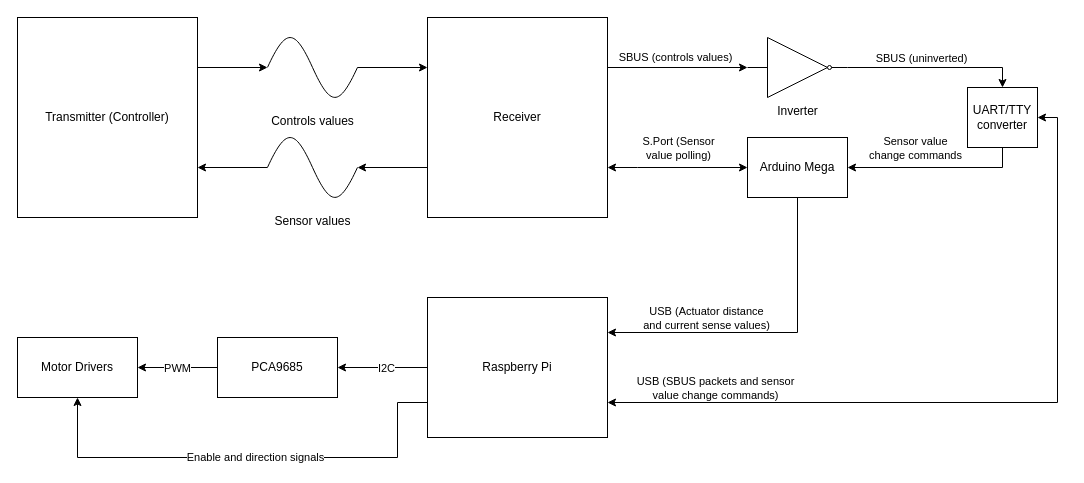
Above: Radio_subsystem_diagram.drawio in vrr8483/P21321 (draw.io), before the change. Source tidied: cells renumbered, new cells numbered last; positions are measured from the earlier drawing's top-left corner, leaving out a move shared by most shapes. Both pictures are drawn from the tidied source at 100%, with x=0, y=0 at pixel (17, 17).
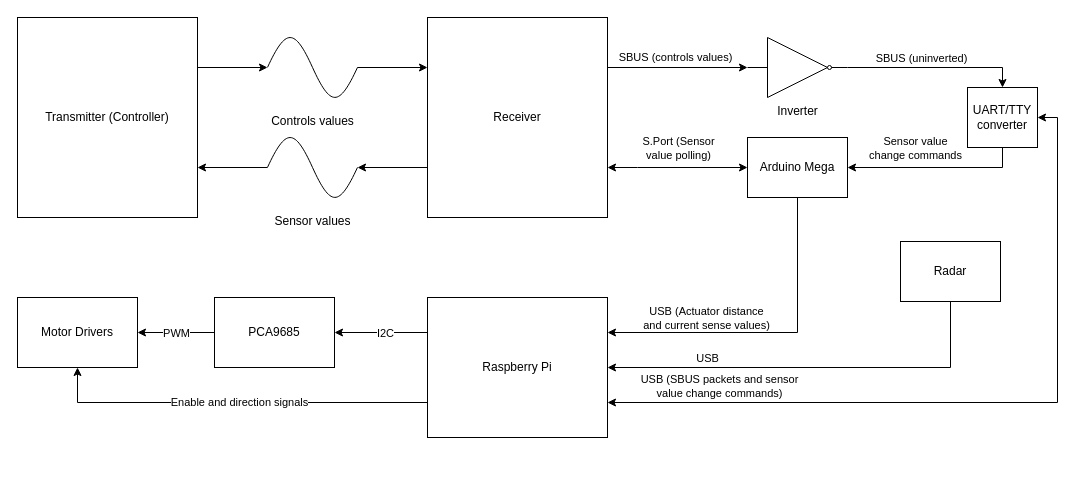
The same page after the edit.

Unchanged cells that the change refers to:
```xml
<mxCell id="11" style="edgeStyle=orthogonalEdgeStyle;rounded=0;jettySize=auto;html=1;startArrow=classic;startFill=1;endArrow=classic;endFill=1;exitX=1;exitY=0.5;exitDx=0;exitDy=0;entryX=1;entryY=0.75;entryDx=0;entryDy=0;" parent="1" edge="1" source="13" target="26">
  <mxGeometry relative="1" as="geometry" />
</mxCell>
<mxCell id="26" value="Raspberry Pi" style="rounded=0;whiteSpace=wrap;html=1;labelPosition=center;verticalLabelPosition=middle;align=center;verticalAlign=middle;" parent="1" vertex="1">
  <mxGeometry x="410" y="280" width="180" height="140" as="geometry" />
</mxCell>
```

Diff of the diagram source:
```diff
@@
     <mxCell id="12" value="&lt;div&gt;USB (SBUS packets and sensor&lt;/div&gt;&lt;div&gt;value change commands)&lt;/div&gt;" style="edgeLabel;html=1;align=center;verticalAlign=middle;" parent="11" vertex="1">
       <mxGeometry x="0.2" y="-1" relative="1" as="geometry">
-        <mxPoint x="-194.1" y="-14" as="offset" />
+        <mxPoint x="-191" y="-16" as="offset" />
       </mxGeometry>
     </mxCell>
@@
-    <mxCell id="22" style="edgeStyle=orthogonalEdgeStyle;rounded=0;jettySize=auto;html=1;startArrow=none;startFill=0;endArrow=classic;endFill=1;" parent="1" edge="1" source="26" target="33">
+    <mxCell id="22" style="edgeStyle=orthogonalEdgeStyle;rounded=0;jettySize=auto;html=1;startArrow=none;startFill=0;endArrow=classic;endFill=1;exitX=0;exitY=0.25;exitDx=0;exitDy=0;" parent="1" edge="1" source="26" target="33">
       <mxGeometry relative="1" as="geometry" />
     </mxCell>
@@
     <mxCell id="24" style="edgeStyle=orthogonalEdgeStyle;rounded=0;jettySize=auto;html=1;exitX=0;exitY=0.75;exitDx=0;exitDy=0;entryX=0.5;entryY=1;entryDx=0;entryDy=0;startArrow=none;startFill=0;endArrow=classic;endFill=1;" parent="1" edge="1" source="26" target="34">
       <mxGeometry relative="1" as="geometry">
         <Array as="points">
-          <mxPoint x="380" y="385" />
-          <mxPoint x="380" y="440" />
-          <mxPoint x="60" y="440" />
+          <mxPoint x="60" y="385" />
         </Array>
       </mxGeometry>
     </mxCell>
@@
     <mxCell id="33" value="PCA9685" style="whiteSpace=wrap;html=1;rounded=0;" parent="1" vertex="1">
-      <mxGeometry x="200" y="320" width="120" height="60" as="geometry" />
+      <mxGeometry x="197" y="280" width="120" height="70" as="geometry" />
     </mxCell>
     <mxCell id="34" value="Motor Drivers" style="whiteSpace=wrap;html=1;rounded=0;" parent="1" vertex="1">
-      <mxGeometry y="320" width="120" height="60" as="geometry" />
+      <mxGeometry y="280" width="120" height="70" as="geometry" />
     </mxCell>
+    <mxCell id="35" style="edgeStyle=orthogonalEdgeStyle;rounded=0;jettySize=auto;html=1;entryX=1;entryY=0.5;entryDx=0;entryDy=0;exitX=0.5;exitY=1;exitDx=0;exitDy=0;" parent="1" edge="1" source="37" target="26">
+      <mxGeometry relative="1" as="geometry" />
+    </mxCell>
+    <mxCell id="36" value="USB" style="edgeLabel;html=1;align=center;verticalAlign=middle;" parent="35" vertex="1">
+      <mxGeometry x="0.22" relative="1" as="geometry">
+        <mxPoint x="-61" y="-10" as="offset" />
+      </mxGeometry>
+    </mxCell>
+    <mxCell id="37" value="Radar" style="rounded=0;whiteSpace=wrap;html=1;labelPosition=center;verticalLabelPosition=middle;align=center;verticalAlign=middle;" parent="1" vertex="1">
+      <mxGeometry x="883" y="224" width="100" height="60" as="geometry" />
+    </mxCell>
```
